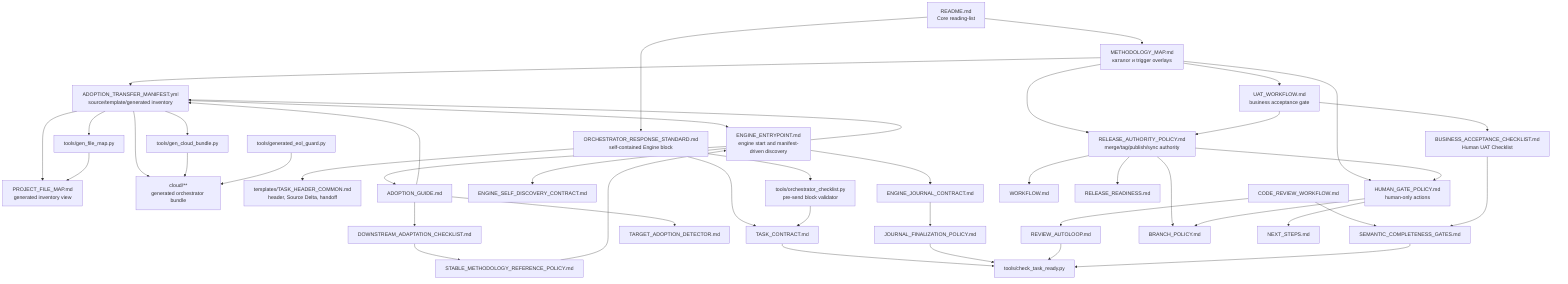
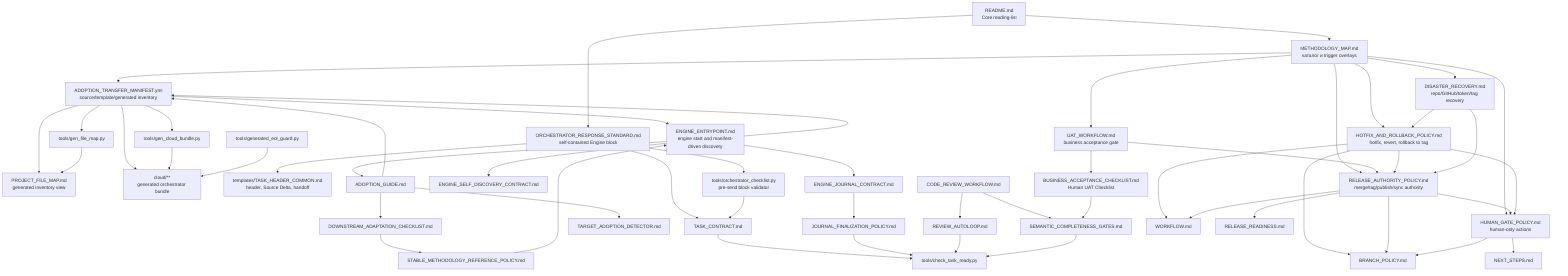
flowchart TB
  README["README.md<br/>Core reading-list"]
  MAP["METHODOLOGY_MAP.md<br/>каталог и trigger overlays"]
  MANIFEST["ADOPTION_TRANSFER_MANIFEST.yml<br/>source/template/generated inventory"]
  FILEMAP["PROJECT_FILE_MAP.md<br/>generated inventory view"]
  CLOUD["cloud/**<br/>generated orchestrator bundle"]

  ORCH["ORCHESTRATOR_RESPONSE_STANDARD.md<br/>self-contained Engine block"]
  TASKHEADER["templates/TASK_HEADER_COMMON.md<br/>header, Source Delta, handoff"]
  ORCHCHECK["tools/orchestrator_checklist.py<br/>pre-send block validator"]

  ENTRY["ENGINE_ENTRYPOINT.md<br/>engine start and manifest-driven discovery"]
  SELF["ENGINE_SELF_DISCOVERY_CONTRACT.md"]
  TASKCONTRACT["TASK_CONTRACT.md"]
  JOURNAL["ENGINE_JOURNAL_CONTRACT.md"]
  FINALIZE["JOURNAL_FINALIZATION_POLICY.md"]
  READY["tools/check_task_ready.py"]

  ADOPT["ADOPTION_GUIDE.md"]
  DETECTOR["TARGET_ADOPTION_DETECTOR.md"]
  CHECKLIST["DOWNSTREAM_ADAPTATION_CHECKLIST.md"]
  STABLE["STABLE_METHODOLOGY_REFERENCE_POLICY.md"]

  REVIEW["CODE_REVIEW_WORKFLOW.md"]
  AUTOLOOP["REVIEW_AUTOLOOP.md"]
  SEMANTIC["SEMANTIC_COMPLETENESS_GATES.md"]

  RELEASEAUTH["RELEASE_AUTHORITY_POLICY.md<br/>merge/tag/publish/sync authority"]
  HUMANGATE["HUMAN_GATE_POLICY.md<br/>human-only actions"]
  UAT["UAT_WORKFLOW.md<br/>business acceptance gate"]
  UATCHECK["BUSINESS_ACCEPTANCE_CHECKLIST.md<br/>Human UAT Checklist"]
+   HOTFIX["HOTFIX_AND_ROLLBACK_POLICY.md<br/>hotfix, revert, rollback to tag"]
+   DR["DISASTER_RECOVERY.md<br/>repo/GitHub/token/tag recovery"]
  BRANCH["BRANCH_POLICY.md"]
  WORKFLOW["WORKFLOW.md"]
  READINESS["RELEASE_READINESS.md"]
  NEXT["NEXT_STEPS.md"]

  GENMAP["tools/gen_file_map.py"]
  GENCLOUD["tools/gen_cloud_bundle.py"]
  EOL["tools/generated_eol_guard.py"]

  README --> MAP
  README --> ORCH
  MAP --> MANIFEST
  MANIFEST --> FILEMAP
  MANIFEST --> CLOUD
  MANIFEST --> ENTRY

  ORCH --> TASKHEADER
  ORCH --> ORCHCHECK
  ORCH --> TASKCONTRACT
  ORCHCHECK --> TASKCONTRACT

  ENTRY --> SELF
  ENTRY --> MANIFEST
  ENTRY --> ADOPT
  ENTRY --> JOURNAL
  TASKCONTRACT --> READY
  JOURNAL --> FINALIZE
  FINALIZE --> READY

  ADOPT --> DETECTOR
  ADOPT --> MANIFEST
  ADOPT --> CHECKLIST
  CHECKLIST --> STABLE
  STABLE --> ENTRY

  REVIEW --> AUTOLOOP
  REVIEW --> SEMANTIC
  AUTOLOOP --> READY
  SEMANTIC --> READY

  MAP --> RELEASEAUTH
  MAP --> HUMANGATE
  MAP --> UAT
+   MAP --> HOTFIX
+   MAP --> DR
  RELEASEAUTH --> HUMANGATE
  UAT --> UATCHECK
  UAT --> RELEASEAUTH
  UATCHECK --> SEMANTIC
+   HOTFIX --> RELEASEAUTH
+   HOTFIX --> HUMANGATE
+   HOTFIX --> BRANCH
+   HOTFIX --> WORKFLOW
+   DR --> HOTFIX
+   DR --> RELEASEAUTH
  RELEASEAUTH --> BRANCH
  RELEASEAUTH --> WORKFLOW
  RELEASEAUTH --> READINESS
  HUMANGATE --> BRANCH
  HUMANGATE --> NEXT

  MANIFEST --> GENMAP
  MANIFEST --> GENCLOUD
  GENMAP --> FILEMAP
  GENCLOUD --> CLOUD
  EOL --> CLOUD
